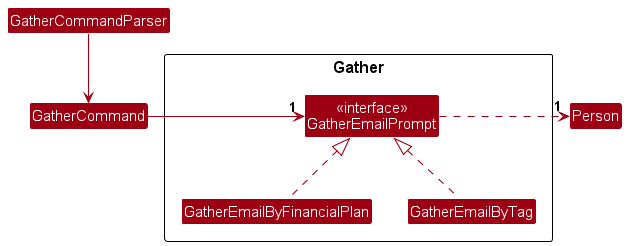
Above: docs/images/GatherClassDiagram.png in nus-cs2103-AY2324S1/tp (PlantUML), before the change. Source of this version:
```plantuml
@startuml
!include style.puml
skinparam arrowThickness 1.1
skinparam arrowColor MODEL_COLOR
skinparam classBackgroundColor MODEL_COLOR

Class Person {
  -email: String
  +gatherEmailsContainsFinancialPlan(): String
  +gatherEmailsContainsTag(): String
}

Class GatherCommandParser {
  +parse(String args): GatherCommand
}

Class GatherCommand {
  -gatherPrompt: GatherEmailPrompt
  +GatherCommand(GatherEmailPrompt prompt)
  +execute(): void
}

package "Gather" {
    Class "<<interface>>\nGatherEmailPrompt" as GatherEmailPrompt {
      +gatherEmails(Person person): void
    }

    Class GatherEmailByFinancialPlan {
      - promptFp: String
      +gatherEmails(Person person): void
    }

    Class GatherEmailByTag {
      - promptTag: String
      +gatherEmails(Person person): void
    }
}

GatherCommandParser --> GatherCommand
GatherCommand  -right-> "1" GatherEmailPrompt
GatherEmailByFinancialPlan .up.|>  GatherEmailPrompt
GatherEmailByTag .up.|> GatherEmailPrompt
GatherEmailPrompt .right.> "1" Person
@enduml
```
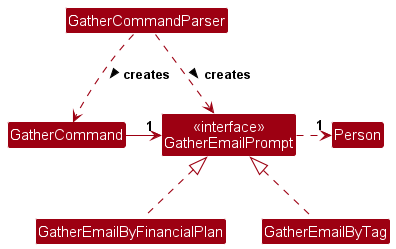
After the change.

Commit message:
Fix UML diagrams and UG

Change to the diagram source:
```diff
@@ -20,23 +20,22 @@
   +execute(): void
 }
 
-package "Gather" {
-    Class "<<interface>>\nGatherEmailPrompt" as GatherEmailPrompt {
-      +gatherEmails(Person person): void
-    }
-
-    Class GatherEmailByFinancialPlan {
-      - promptFp: String
-      +gatherEmails(Person person): void
-    }
-
-    Class GatherEmailByTag {
-      - promptTag: String
-      +gatherEmails(Person person): void
-    }
+Class "<<interface>>\nGatherEmailPrompt" as GatherEmailPrompt {
+  +gatherEmails(Person person): void
 }
 
-GatherCommandParser --> GatherCommand
+Class GatherEmailByFinancialPlan {
+  - promptFp: String
+  +gatherEmails(Person person): void
+}
+
+Class GatherEmailByTag {
+  - promptTag: String
+  +gatherEmails(Person person): void
+}
+
+GatherCommandParser .down.> GatherCommand : creates >
+GatherCommandParser .down.> GatherEmailPrompt : creates >
 GatherCommand  -right-> "1" GatherEmailPrompt
 GatherEmailByFinancialPlan .up.|>  GatherEmailPrompt
 GatherEmailByTag .up.|> GatherEmailPrompt
```
